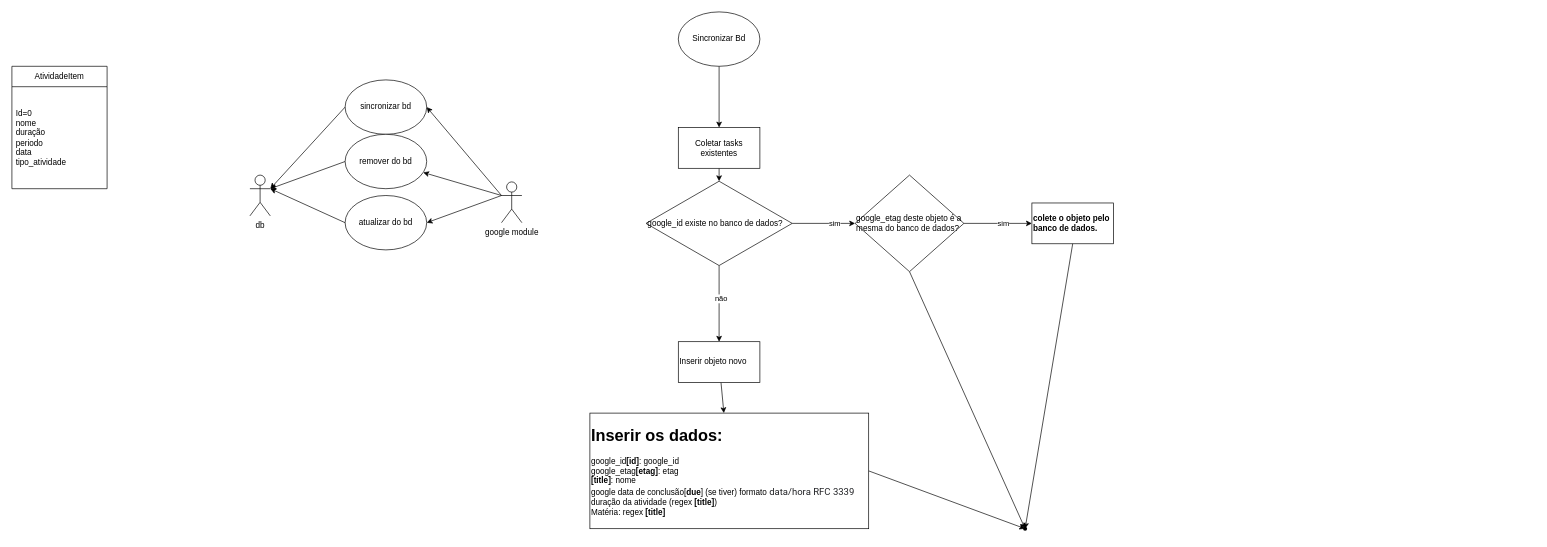
Above: projeto.drawio in rafaeldelimaluna/lista-atividades (draw.io), before the change. Source tidied: cells renumbered, new cells numbered last; positions are measured from the earlier drawing's top-left corner, leaving out a move shared by most shapes. Both pictures are drawn from the tidied source at 68%, with x=0, y=0 at pixel (12, 12).
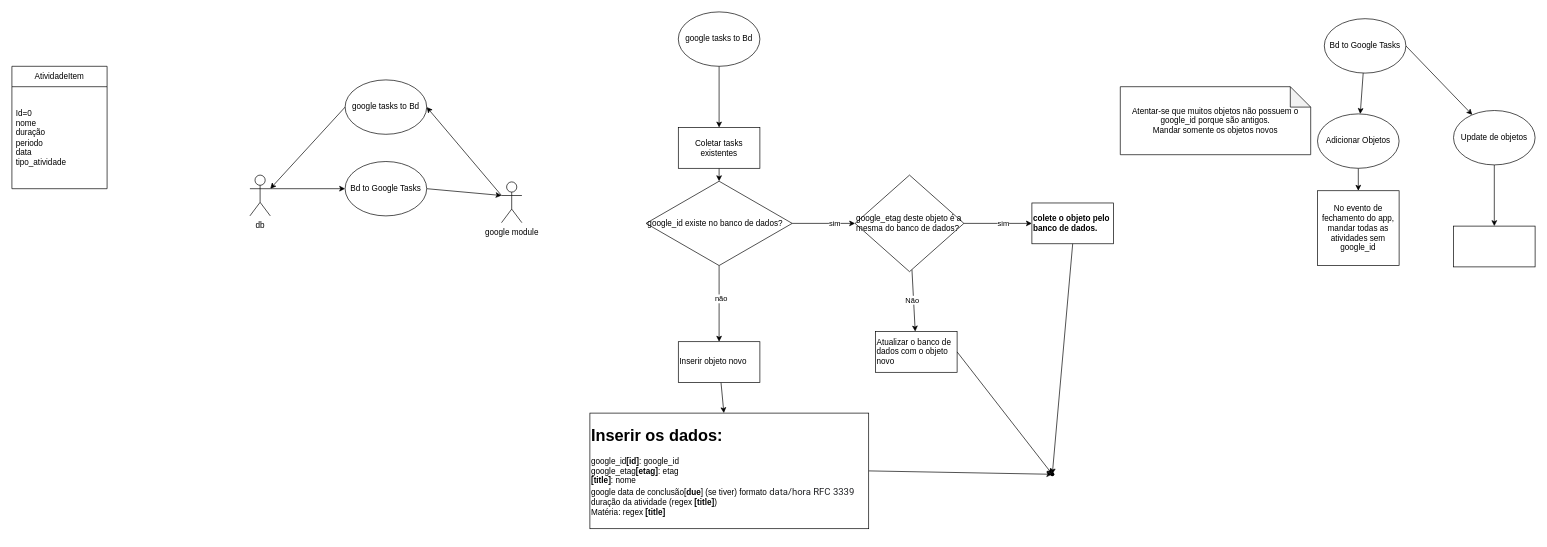
Above is the later version.

Commit message (it also covers changes not shown here):
Add do banco de dados para a api ok

The change refers to these unchanged cells:
```xml
<mxCell id="7" value="google module" style="shape=umlActor;verticalLabelPosition=bottom;verticalAlign=top;html=1;outlineConnect=0;" parent="1" vertex="1">
  <mxGeometry x="720" y="250" width="30" height="60" as="geometry" />
</mxCell>
<mxCell id="9" value="db" style="shape=umlActor;verticalLabelPosition=bottom;verticalAlign=top;html=1;outlineConnect=0;" parent="1" vertex="1">
  <mxGeometry x="350" y="240" width="30" height="60" as="geometry" />
</mxCell>
<mxCell id="26" value="google_etag deste objeto é a mesma do banco de dados?" style="rhombus;whiteSpace=wrap;html=1;align=left;" parent="1" vertex="1">
  <mxGeometry x="1240" y="240" width="160" height="142" as="geometry" />
</mxCell>
```

Diff of the diagram source:
```diff
@@
-    <mxCell id="5" style="edgeStyle=none;html=1;exitX=0;exitY=0.3333333333333333;exitDx=0;exitDy=0;exitPerimeter=0;" parent="1" edge="1" source="7" target="11">
-      <mxGeometry relative="1" as="geometry" />
-    </mxCell>
-    <mxCell id="6" style="edgeStyle=none;html=1;exitX=0;exitY=0.3333333333333333;exitDx=0;exitDy=0;exitPerimeter=0;entryX=1;entryY=0.5;entryDx=0;entryDy=0;" parent="1" edge="1" source="7" target="13">
-      <mxGeometry relative="1" as="geometry" />
-    </mxCell>
@@
-    <mxCell id="8" value="sincronizar bd" style="ellipse;whiteSpace=wrap;html=1;" parent="1" vertex="1">
+    <mxCell id="8" value="google tasks to Bd" style="ellipse;whiteSpace=wrap;html=1;" parent="1" vertex="1">
       <mxGeometry x="490" y="100" width="120" height="80" as="geometry" />
     </mxCell>
+    <mxCell id="35" style="edgeStyle=none;html=1;exitX=1;exitY=0.3333333333333333;exitDx=0;exitDy=0;exitPerimeter=0;entryX=0;entryY=0.5;entryDx=0;entryDy=0;" parent="1" edge="1" source="9" target="39">
+      <mxGeometry relative="1" as="geometry" />
+    </mxCell>
@@
-    <mxCell id="11" value="remover do bd" style="ellipse;whiteSpace=wrap;html=1;" parent="1" vertex="1">
-      <mxGeometry x="490" y="180" width="120" height="80" as="geometry" />
-    </mxCell>
-    <mxCell id="12" style="edgeStyle=none;html=1;exitX=0;exitY=0.5;exitDx=0;exitDy=0;entryX=1;entryY=0.3333333333333333;entryDx=0;entryDy=0;entryPerimeter=0;" parent="1" edge="1" source="11" target="9">
-      <mxGeometry relative="1" as="geometry" />
-    </mxCell>
-    <mxCell id="13" value="atualizar do bd" style="ellipse;whiteSpace=wrap;html=1;" parent="1" vertex="1">
-      <mxGeometry x="490" y="270" width="120" height="80" as="geometry" />
-    </mxCell>
-    <mxCell id="14" style="edgeStyle=none;html=1;exitX=0;exitY=0.5;exitDx=0;exitDy=0;entryX=1;entryY=0.3333333333333333;entryDx=0;entryDy=0;entryPerimeter=0;" parent="1" edge="1" source="13" target="9">
-      <mxGeometry relative="1" as="geometry" />
-    </mxCell>
@@
-    <mxCell id="16" value="Sincronizar Bd" style="ellipse;whiteSpace=wrap;html=1;" parent="1" vertex="1">
+    <mxCell id="16" value="&lt;span style=&quot;color: rgb(0, 0, 0);&quot;&gt;google tasks to Bd&lt;/span&gt;" style="ellipse;whiteSpace=wrap;html=1;" parent="1" vertex="1">
       <mxGeometry x="980" width="120" height="80" as="geometry" />
     </mxCell>
@@
+    <mxCell id="36" style="edgeStyle=none;html=1;" parent="1" edge="1" source="26" target="40">
+      <mxGeometry relative="1" as="geometry" />
+    </mxCell>
+    <mxCell id="37" value="Não" style="edgeLabel;html=1;align=center;verticalAlign=middle;" parent="36" vertex="1">
+      <mxGeometry x="-0.02" y="-2" relative="1" as="geometry" />
+    </mxCell>
@@
     <mxCell id="32" style="shape=waypoint;sketch=0;size=6;points=[];fillColor=none;perimeter=centerPerimeter;snapToPoint=1;" parent="1" vertex="1">
-      <mxGeometry x="1480" y="750" width="20" height="20" as="geometry" />
+      <mxGeometry x="1520" y="670" width="20" height="20" as="geometry" />
     </mxCell>
-    <mxCell id="33" style="edgeStyle=none;html=1;exitX=0.5;exitY=1;exitDx=0;exitDy=0;entryX=0.6;entryY=0.85;entryDx=0;entryDy=0;entryPerimeter=0;" parent="1" edge="1" source="26" target="32">
-      <mxGeometry relative="1" as="geometry" />
-    </mxCell>
@@
+    <mxCell id="38" style="edgeStyle=none;html=1;exitX=1;exitY=0.5;exitDx=0;exitDy=0;" parent="1" edge="1" source="39">
+      <mxGeometry relative="1" as="geometry">
+        <mxPoint x="720" y="270" as="targetPoint" />
+      </mxGeometry>
+    </mxCell>
+    <mxCell id="39" value="Bd to Google Tasks" style="ellipse;whiteSpace=wrap;html=1;" parent="1" vertex="1">
+      <mxGeometry x="490" y="220" width="120" height="80" as="geometry" />
+    </mxCell>
+    <mxCell id="40" value="Atualizar o banco de dados com o objeto novo" style="whiteSpace=wrap;html=1;align=left;" parent="1" vertex="1">
+      <mxGeometry x="1270" y="470" width="120" height="60" as="geometry" />
+    </mxCell>
+    <mxCell id="41" style="edgeStyle=none;html=1;exitX=1;exitY=0.5;exitDx=0;exitDy=0;entryX=0.6;entryY=1.1;entryDx=0;entryDy=0;entryPerimeter=0;" parent="1" edge="1" source="40" target="32">
+      <mxGeometry relative="1" as="geometry" />
+    </mxCell>
+    <mxCell id="42" style="edgeStyle=none;html=1;" parent="1" edge="1" source="44" target="48">
+      <mxGeometry relative="1" as="geometry" />
+    </mxCell>
+    <mxCell id="43" style="edgeStyle=none;html=1;exitX=1;exitY=0.5;exitDx=0;exitDy=0;" parent="1" edge="1" source="44" target="50">
+      <mxGeometry relative="1" as="geometry" />
+    </mxCell>
+    <mxCell id="44" value="&lt;span style=&quot;color: rgb(0, 0, 0);&quot;&gt;Bd to Google Tasks&lt;/span&gt;" style="ellipse;whiteSpace=wrap;html=1;" parent="1" vertex="1">
+      <mxGeometry x="1930" y="10" width="120" height="80" as="geometry" />
+    </mxCell>
+    <mxCell id="45" value="No evento de fechamento do app, mandar todas as atividades sem google_id" style="whiteSpace=wrap;html=1;" parent="1" vertex="1">
+      <mxGeometry x="1920" y="263" width="120" height="110" as="geometry" />
+    </mxCell>
+    <mxCell id="46" value="Atentar-se que muitos objetos não possuem o google_id porque são antigos.&lt;div&gt;Mandar somente os objetos novos&lt;/div&gt;" style="shape=note;whiteSpace=wrap;html=1;backgroundOutline=1;darkOpacity=0.05;" parent="1" vertex="1">
+      <mxGeometry x="1630" y="110" width="280" height="100" as="geometry" />
+    </mxCell>
+    <mxCell id="47" style="edgeStyle=none;html=1;" parent="1" edge="1" source="48" target="45">
+      <mxGeometry relative="1" as="geometry" />
+    </mxCell>
+    <mxCell id="48" value="Adicionar Objetos" style="ellipse;whiteSpace=wrap;html=1;" parent="1" vertex="1">
+      <mxGeometry x="1920" y="150" width="120" height="80" as="geometry" />
+    </mxCell>
+    <mxCell id="49" style="edgeStyle=none;html=1;" parent="1" edge="1" source="50" target="51">
+      <mxGeometry relative="1" as="geometry" />
+    </mxCell>
+    <mxCell id="50" value="Update de objetos" style="ellipse;whiteSpace=wrap;html=1;" parent="1" vertex="1">
+      <mxGeometry x="2120" y="145" width="120" height="80" as="geometry" />
+    </mxCell>
+    <mxCell id="51" style="whiteSpace=wrap;html=1;" parent="1" vertex="1">
+      <mxGeometry x="2120" y="315" width="120" height="60" as="geometry" />
+    </mxCell>
```
